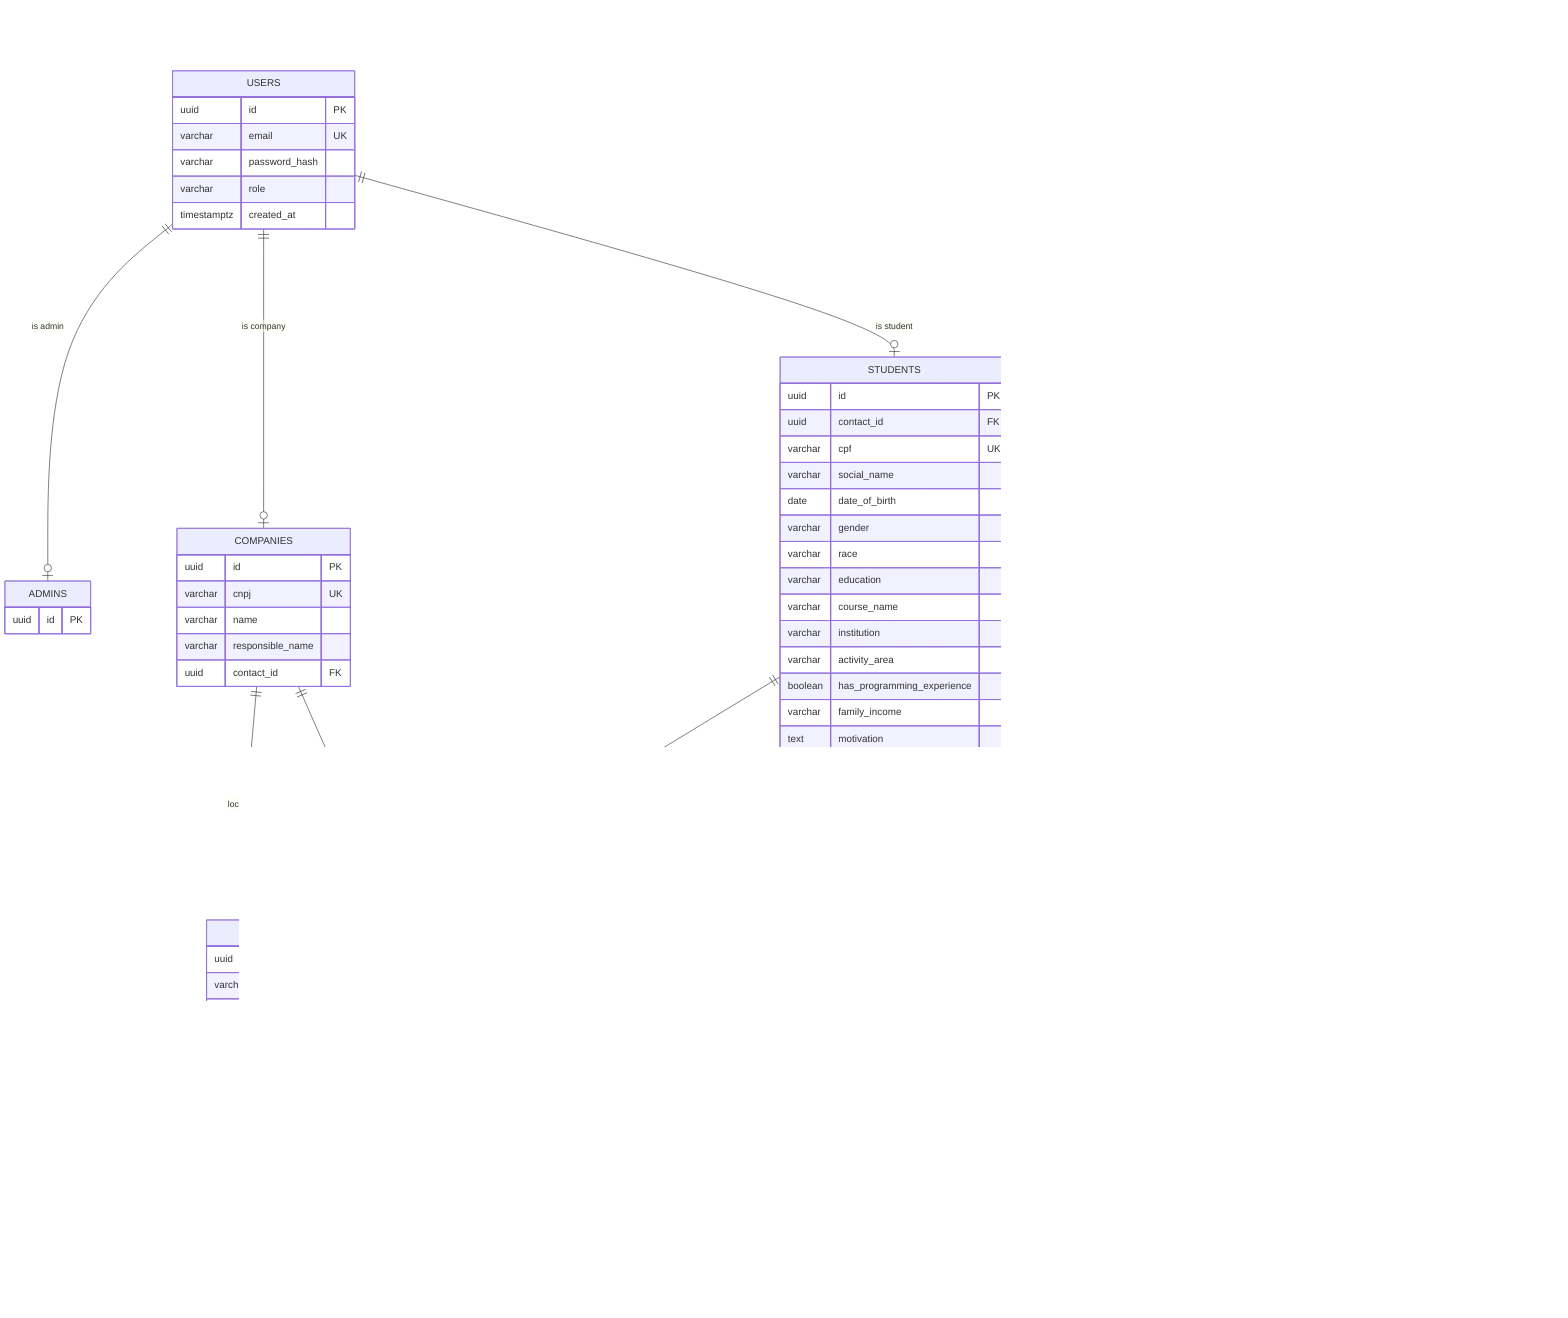
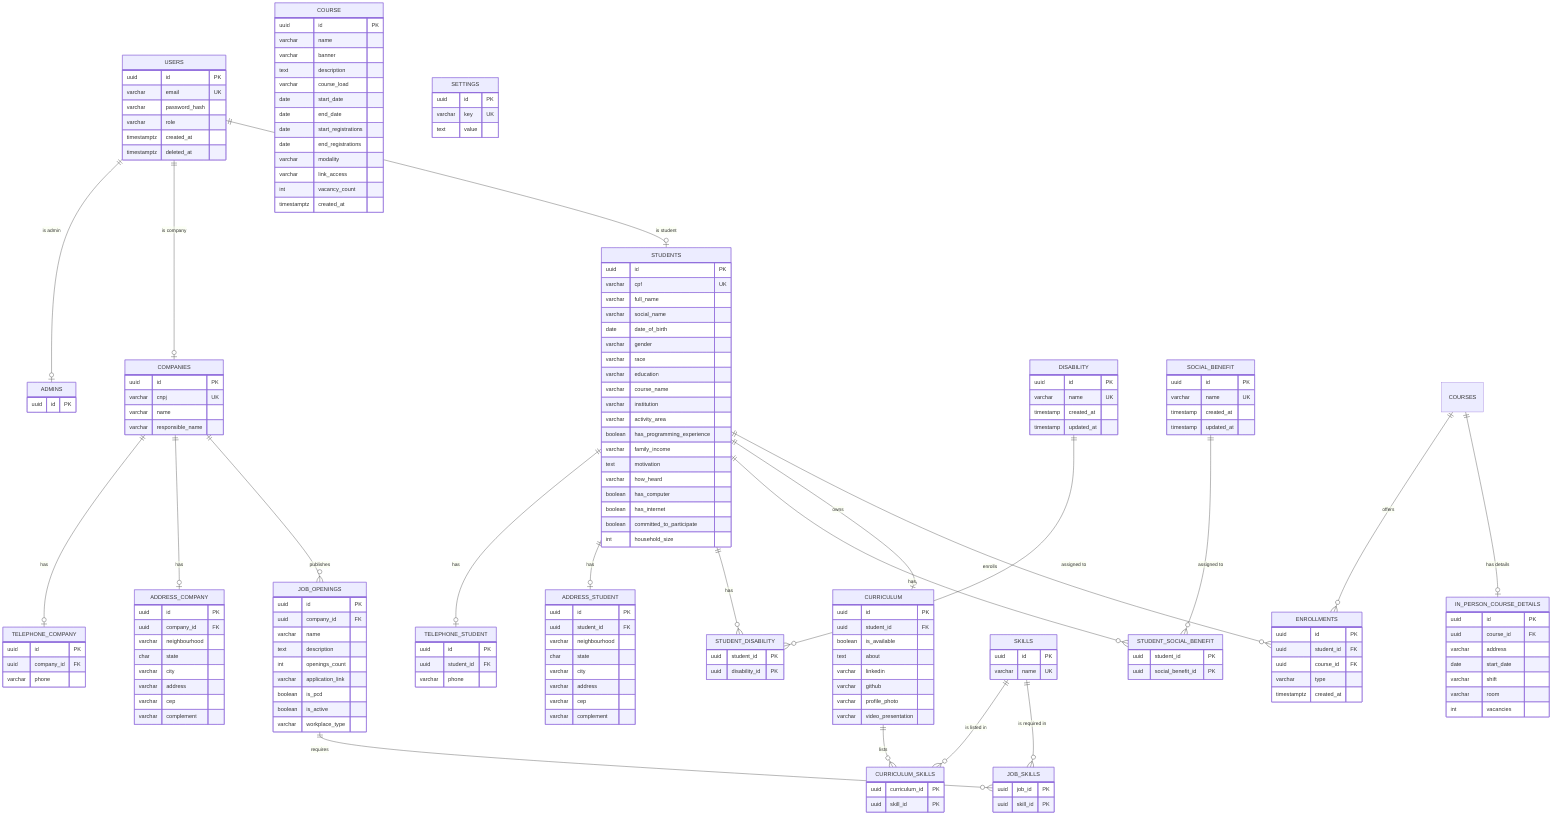
%% Amores Fati — ER diagram of the current Postgres schema.
%% Render at https://mermaid.live or paste into a GitHub markdown block.

erDiagram
    USERS ||--o| ADMINS : "is admin"
    USERS ||--o| COMPANIES : "is company"
    USERS ||--o| STUDENTS : "is student"

-     STUDENTS ||--|| CONTACTS : "lives at"
-     COMPANIES ||--|| CONTACTS : "located at"
+     STUDENTS ||--o| TELEPHONE_STUDENT : "has"
+     STUDENTS ||--o| ADDRESS_STUDENT : "has"
+     COMPANIES ||--o| TELEPHONE_COMPANY : "has"
+     COMPANIES ||--o| ADDRESS_COMPANY : "has"

-     STUDENTS ||--o| DISABILITIES : "declares"
-     STUDENTS ||--o{ SOCIAL_BENEFITS : "receives"
+     STUDENTS ||--o{ STUDENT_DISABILITY : "has"
+     DISABILITY ||--o{ STUDENT_DISABILITY : "assigned to"
+ 
+     STUDENTS ||--o{ STUDENT_SOCIAL_BENEFIT : "has"
+     SOCIAL_BENEFIT ||--o{ STUDENT_SOCIAL_BENEFIT : "assigned to"
+ 
    STUDENTS ||--o| CURRICULUM : "owns"
- 
    CURRICULUM ||--o{ CURRICULUM_SKILLS : "lists"
    SKILLS ||--o{ CURRICULUM_SKILLS : "is listed in"
- 
-     COURSES ||--o| IN_PERSON_COURSE_DETAILS : "extends"

    COMPANIES ||--o{ JOB_OPENINGS : "publishes"
    JOB_OPENINGS ||--o{ JOB_SKILLS : "requires"
    SKILLS ||--o{ JOB_SKILLS : "is required in"
+ 
+     STUDENTS ||--o{ ENROLLMENTS : "enrolls"
+     COURSES ||--o{ ENROLLMENTS : "offers"
+ 
+     COURSES ||--o| IN_PERSON_COURSE_DETAILS : "has details"

    USERS {
        uuid id PK
        varchar email UK
        varchar password_hash
        varchar role
        timestamptz created_at
+         timestamptz deleted_at
    }
    ADMINS {
        uuid id PK
    }
    COMPANIES {
        uuid id PK
        varchar cnpj UK
        varchar name
        varchar responsible_name
-         uuid contact_id FK
    }
    STUDENTS {
        uuid id PK
-         uuid contact_id FK
        varchar cpf UK
+         varchar full_name
        varchar social_name
        date date_of_birth
        varchar gender
        varchar race
        varchar education
        varchar course_name
        varchar institution
        varchar activity_area
        boolean has_programming_experience
        varchar family_income
        text motivation
        varchar how_heard
        boolean has_computer
        boolean has_internet
        boolean committed_to_participate
+         int household_size
    }
-     CONTACTS {
+     TELEPHONE_STUDENT {
        uuid id PK
+         uuid student_id FK
        varchar phone
+     }
+     ADDRESS_STUDENT {
+         uuid id PK
+         uuid student_id FK
        varchar neighbourhood
        char state
        varchar city
        varchar address
        varchar cep
        varchar complement
    }
-     DISABILITIES {
+     TELEPHONE_COMPANY {
+         uuid id PK
+         uuid company_id FK
+         varchar phone
+     }
+     ADDRESS_COMPANY {
+         uuid id PK
+         uuid company_id FK
+         varchar neighbourhood
+         char state
+         varchar city
+         varchar address
+         varchar cep
+         varchar complement
+     }
+     DISABILITY {
+         uuid id PK
+         varchar name UK
+         timestamp created_at
+         timestamp updated_at
+     }
+     SOCIAL_BENEFIT {
+         uuid id PK
+         varchar name UK
+         timestamp created_at
+         timestamp updated_at
+     }
+     STUDENT_DISABILITY {
        uuid student_id PK
-         boolean has_disability
-         varchar type
+         uuid disability_id PK
    }
-     SOCIAL_BENEFITS {
-         int id PK
-         uuid student_id FK
-         varchar benefit
-     }
-     COURSES {
-         uuid id PK
-         varchar name
-         varchar banner
-         text description
-         varchar course_load
-         date start_date
-         date end_date
-         date start_registrations
-         date end_registrations
-         varchar link_access
-     }
-     IN_PERSON_COURSE_DETAILS {
-         uuid id PK
-         uuid course_id FK
-         varchar address
-         date start_date
-         varchar shift
-         varchar room
-         int vacancies
+     STUDENT_SOCIAL_BENEFIT {
+         uuid student_id PK
+         uuid social_benefit_id PK
    }
    CURRICULUM {
        uuid id PK
        uuid student_id FK
        boolean is_available
        text about
        varchar linkedin
        varchar github
        varchar profile_photo
        varchar video_presentation
    }
    CURRICULUM_SKILLS {
        uuid curriculum_id PK
        uuid skill_id PK
    }
    SKILLS {
        uuid id PK
        varchar name UK
    }
+     COURSE {
+         uuid id PK
+         varchar name
+         varchar banner
+         text description
+         varchar course_load
+         date start_date
+         date end_date
+         date start_registrations
+         date end_registrations
+         varchar modality
+         varchar link_access
+         int vacancy_count
+         timestamptz created_at
+     }
+     IN_PERSON_COURSE_DETAILS {
+         uuid id PK
+         uuid course_id FK
+         varchar address
+         date start_date
+         varchar shift
+         varchar room
+         int vacancies
+     }
    JOB_OPENINGS {
        uuid id PK
        uuid company_id FK
        varchar name
        text description
        int openings_count
        varchar application_link
        boolean is_pcd
+         boolean is_active
+         varchar workplace_type
    }
    JOB_SKILLS {
        uuid job_id PK
        uuid skill_id PK
    }
+     ENROLLMENTS {
+         uuid id PK
+         uuid student_id FK
+         uuid course_id FK
+         varchar type
+         timestamptz created_at
+     }
    SETTINGS {
        uuid id PK
        varchar key UK
-         varchar value
+         text value
    }
